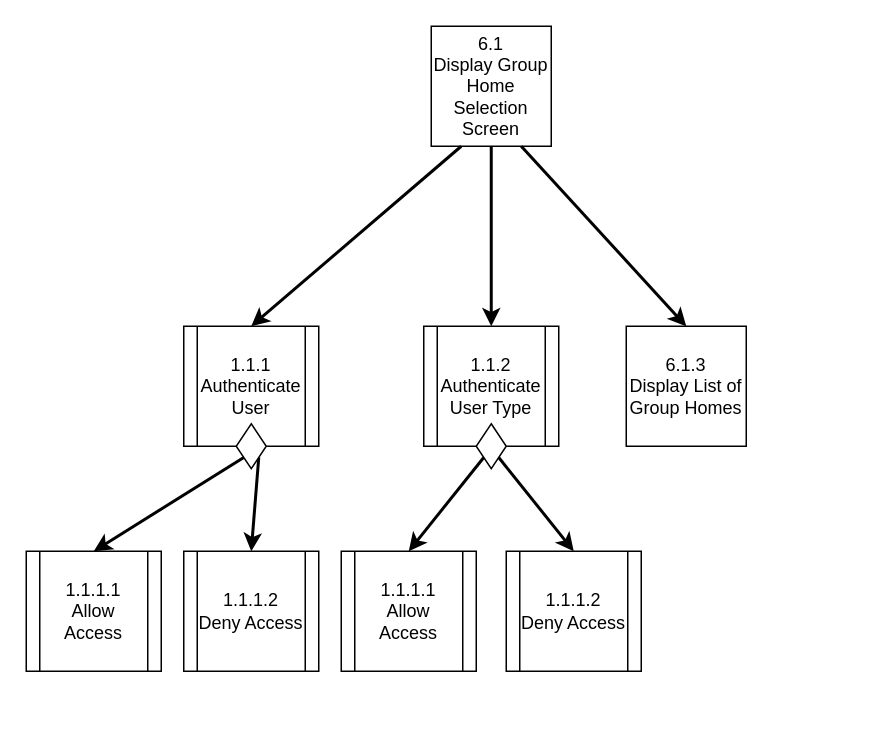
Before: page "6.1: Display GH Selection Screen" (1 of 3) of Diagrams/StructureCharts/Proc6UpdateGH.drawio in Harlento/SchedulingSystem, a draw.io diagram. Source tidied: cells renumbered, new cells numbered last; positions are measured from the earlier drawing's top-left corner, leaving out a move shared by most shapes. Both pictures are drawn from the tidied source at 150%, with x=0, y=0 at pixel (26, 26).
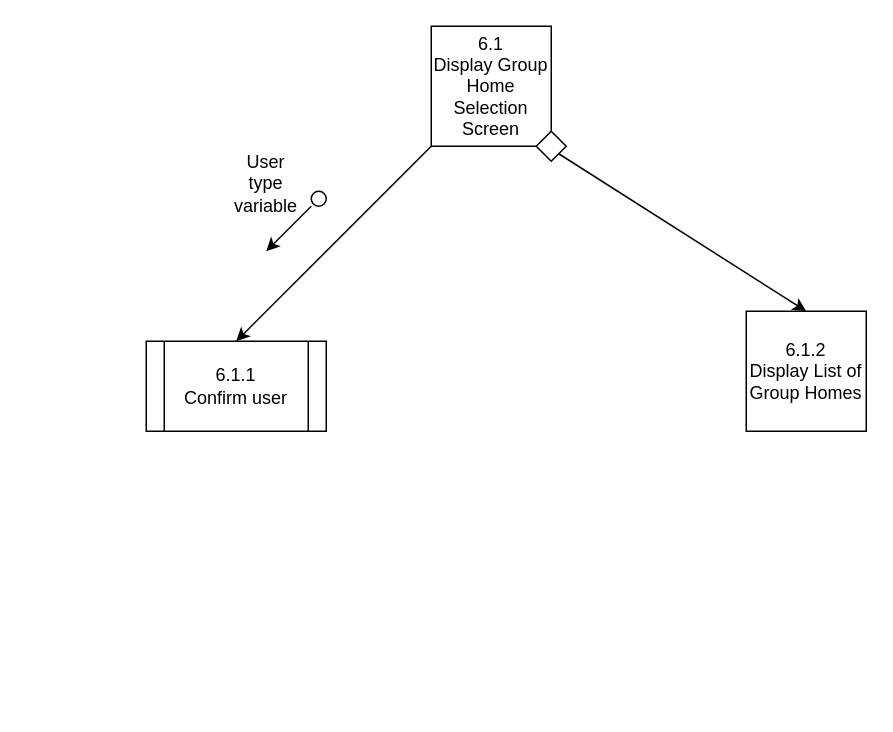
The same diagram, later.

Unchanged cells that the change refers to:
```xml
<mxCell id="2" value="6.1&lt;br&gt;Display Group Home Selection Screen" style="whiteSpace=wrap;html=1;" parent="1" vertex="1">
  <mxGeometry x="270" width="80" height="80" as="geometry" />
</mxCell>
```

What changed in the source:
```diff
@@
-    <mxCell id="3" style="endArrow=classic;html=1;" parent="1" edge="1">
-      <mxGeometry relative="1" as="geometry">
-        <mxPoint x="100" y="440" as="sourcePoint" />
-        <mxPoint x="100" y="440" as="targetPoint" />
-      </mxGeometry>
-    </mxCell>
-    <mxCell id="4" value="6.1.3&lt;br&gt;Display List of Group Homes" style="whiteSpace=wrap;html=1;" parent="1" vertex="1">
-      <mxGeometry x="400" y="200" width="80" height="80" as="geometry" />
+    <mxCell id="4" value="6.1.2&lt;br&gt;Display List of Group Homes" style="whiteSpace=wrap;html=1;" parent="1" vertex="1">
+      <mxGeometry x="480" y="190" width="80" height="80" as="geometry" />
     </mxCell>
-    <mxCell id="5" style="endArrow=classic;html=1;exitX=0;exitY=1;exitDx=0;exitDy=0;entryX=0.5;entryY=0;entryDx=0;entryDy=0;strokeWidth=2;" parent="1" edge="1" source="12" target="11">
-      <mxGeometry relative="1" as="geometry" />
-    </mxCell>
-    <mxCell id="6" style="endArrow=classic;html=1;exitX=0.75;exitY=1;exitDx=0;exitDy=0;strokeWidth=2;entryX=0.5;entryY=0;entryDx=0;entryDy=0;" parent="1" edge="1" source="2" target="4">
+    <mxCell id="6" style="endArrow=classic;html=1;strokeWidth=1;entryX=0.5;entryY=0;entryDx=0;entryDy=0;exitX=1;exitY=1;exitDx=0;exitDy=0;" parent="1" edge="1" source="26" target="4">
       <mxGeometry relative="1" as="geometry" />
     </mxCell>
-    <mxCell id="7" style="endArrow=classic;html=1;exitX=0.25;exitY=1;exitDx=0;exitDy=0;entryX=0.5;entryY=0;entryDx=0;entryDy=0;strokeWidth=2;" parent="1" edge="1" source="2" target="9">
-      <mxGeometry relative="1" as="geometry" />
-    </mxCell>
-    <mxCell id="8" style="endArrow=classic;html=1;strokeWidth=2;entryX=0.5;entryY=0;entryDx=0;entryDy=0;exitX=1;exitY=1;exitDx=0;exitDy=0;" parent="1" edge="1" source="12" target="10">
-      <mxGeometry relative="1" as="geometry" />
-    </mxCell>
-    <mxCell id="9" value="&lt;span style=&quot;white-space: normal&quot;&gt;1.1.1&lt;br&gt;&lt;/span&gt;Authenticate User" style="shape=process;whiteSpace=wrap;html=1;backgroundOutline=1;" parent="1" vertex="1">
-      <mxGeometry x="105" y="200" width="90" height="80" as="geometry" />
-    </mxCell>
-    <mxCell id="10" value="1.1.1.2&lt;br&gt;Deny Access" style="shape=process;whiteSpace=wrap;html=1;backgroundOutline=1;" parent="1" vertex="1">
-      <mxGeometry x="105" y="350" width="90" height="80" as="geometry" />
-    </mxCell>
-    <mxCell id="11" value="1.1.1.1&lt;br&gt;Allow Access" style="shape=process;whiteSpace=wrap;html=1;backgroundOutline=1;" parent="1" vertex="1">
-      <mxGeometry y="350" width="90" height="80" as="geometry" />
-    </mxCell>
-    <mxCell id="12" style="rhombus;whiteSpace=wrap;html=1;fillColor=#FFFFFF;" parent="1" vertex="1">
-      <mxGeometry x="140" y="265" width="20" height="30" as="geometry" />
-    </mxCell>
-    <mxCell id="13" style="endArrow=classic;html=1;" parent="1" edge="1">
-      <mxGeometry relative="1" as="geometry">
-        <mxPoint x="320" y="445" as="sourcePoint" />
-        <mxPoint x="320" y="445" as="targetPoint" />
-      </mxGeometry>
-    </mxCell>
-    <mxCell id="14" style="endArrow=classic;html=1;exitX=0;exitY=1;exitDx=0;exitDy=0;strokeWidth=2;entryX=0.5;entryY=0;entryDx=0;entryDy=0;" parent="1" edge="1" source="17" target="19">
-      <mxGeometry relative="1" as="geometry" />
-    </mxCell>
-    <mxCell id="15" style="endArrow=classic;html=1;strokeWidth=2;exitX=1;exitY=1;exitDx=0;exitDy=0;entryX=0.5;entryY=0;entryDx=0;entryDy=0;" parent="1" edge="1" source="17" target="20">
-      <mxGeometry relative="1" as="geometry" />
-    </mxCell>
-    <mxCell id="16" value="&lt;span style=&quot;white-space: normal&quot;&gt;1.1.2&lt;br&gt;&lt;/span&gt;Authenticate User Type" style="shape=process;whiteSpace=wrap;html=1;backgroundOutline=1;" parent="1" vertex="1">
-      <mxGeometry x="265" y="200" width="90" height="80" as="geometry" />
-    </mxCell>
-    <mxCell id="17" style="rhombus;whiteSpace=wrap;html=1;fillColor=#FFFFFF;" parent="1" vertex="1">
-      <mxGeometry x="300" y="265" width="20" height="30" as="geometry" />
-    </mxCell>
-    <mxCell id="18" style="endArrow=classic;html=1;exitX=0.5;exitY=1;exitDx=0;exitDy=0;entryX=0.5;entryY=0;entryDx=0;entryDy=0;strokeWidth=2;" parent="1" edge="1" source="2" target="16">
-      <mxGeometry relative="1" as="geometry" />
-    </mxCell>
-    <mxCell id="19" value="1.1.1.1&lt;br&gt;Allow Access" style="shape=process;whiteSpace=wrap;html=1;backgroundOutline=1;" parent="1" vertex="1">
-      <mxGeometry x="210" y="350" width="90" height="80" as="geometry" />
-    </mxCell>
-    <mxCell id="20" value="1.1.1.2&lt;br&gt;Deny Access" style="shape=process;whiteSpace=wrap;html=1;backgroundOutline=1;" parent="1" vertex="1">
-      <mxGeometry x="320" y="350" width="90" height="80" as="geometry" />
-    </mxCell>
+    <mxCell id="21" value="6.1.1&lt;br&gt;Confirm user" style="shape=process;whiteSpace=wrap;html=1;backgroundOutline=1;" parent="1" vertex="1">
+      <mxGeometry x="80" y="210" width="120" height="60" as="geometry" />
+    </mxCell>
+    <mxCell id="22" style="endArrow=classic;html=1;strokeWidth=1;exitX=0;exitY=1;exitDx=0;exitDy=0;entryX=0.5;entryY=0;entryDx=0;entryDy=0;" parent="1" edge="1" source="2" target="21">
+      <mxGeometry relative="1" as="geometry" />
+    </mxCell>
+    <mxCell id="23" style="endArrow=classic;html=1;strokeWidth=1;" parent="1" edge="1">
+      <mxGeometry relative="1" as="geometry">
+        <mxPoint x="190" y="120" as="sourcePoint" />
+        <mxPoint x="160" y="150" as="targetPoint" />
+      </mxGeometry>
+    </mxCell>
+    <mxCell id="24" style="ellipse;whiteSpace=wrap;html=1;fillColor=#FFFFFF;" parent="1" vertex="1">
+      <mxGeometry x="190" y="110" width="10" height="10" as="geometry" />
+    </mxCell>
+    <mxCell id="25" value="User type variable" style="text;html=1;strokeColor=none;fillColor=none;align=center;verticalAlign=middle;whiteSpace=wrap;rounded=0;" parent="1" vertex="1">
+      <mxGeometry x="140" y="95" width="40" height="20" as="geometry" />
+    </mxCell>
+    <mxCell id="26" style="rhombus;whiteSpace=wrap;html=1;fillColor=#FFFFFF;" parent="1" vertex="1">
+      <mxGeometry x="340" y="70" width="20" height="20" as="geometry" />
+    </mxCell>
```
